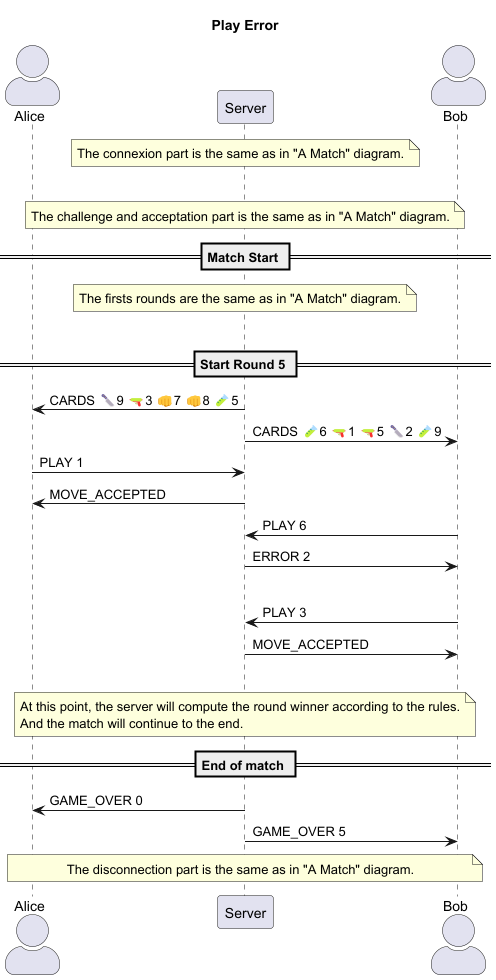
The PlantUML diagram Documents/protocol_digrams/card-jitSUS-error-play-card.png in Ischi-Leyre/dai-pw2-card-jitSUS, before a commit.
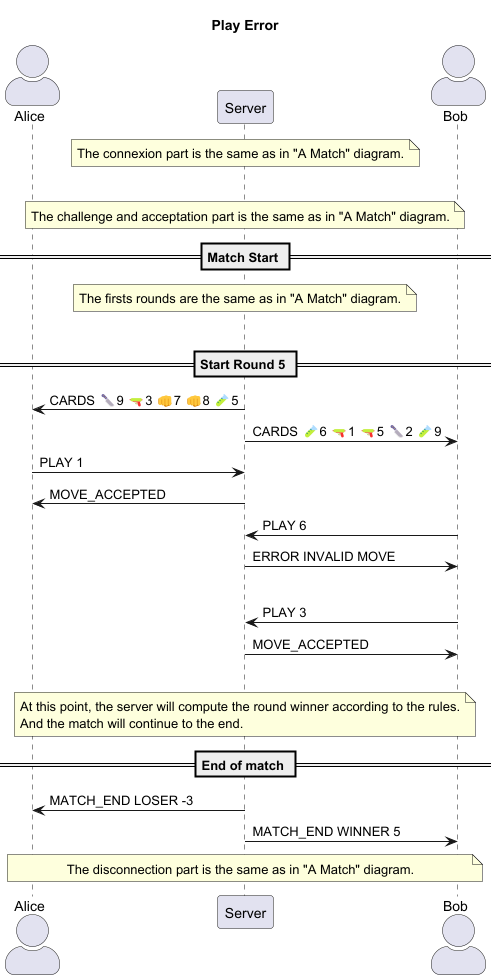
After the change.

Change to the diagram source:
```diff
@@ -30,7 +30,7 @@
 s -> c1 : MOVE_ACCEPTED
 
 c2 -> s : PLAY 6
-s -> c2 : ERROR 2
+s -> c2 : ERROR INVALID MOVE
 |||
 
 c2 -> s: PLAY 3
@@ -42,8 +42,8 @@
 endnote
 
 == End of match ==
-s -> c1 : GAME_OVER 0
-s -> c2 : GAME_OVER 5
+s -> c1 : MATCH_END LOSER -3
+s -> c2 : MATCH_END WINNER 5
 
 note over c1, c2
 The disconnection part is the same as in "A Match" diagram.
```
